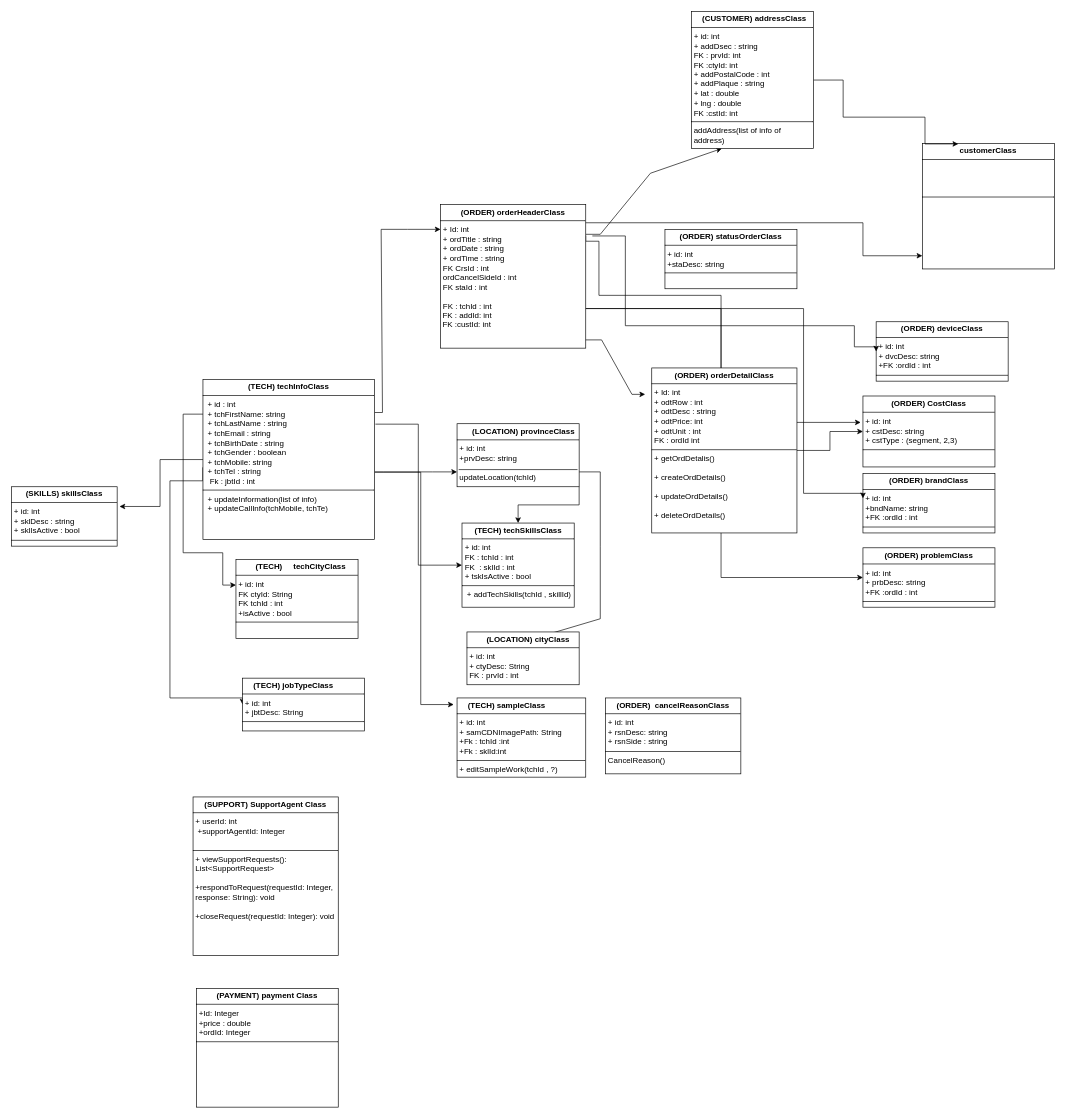
The draw.io diagram tech.drawio in reyhanehSP/pwaTech, before the edit. Source tidied: cells renumbered, new cells numbered last; positions are measured from the earlier drawing's top-left corner, leaving out a move shared by most shapes. Both pictures are drawn from the tidied source at 66%, with x=0, y=0 at pixel (11, 11).
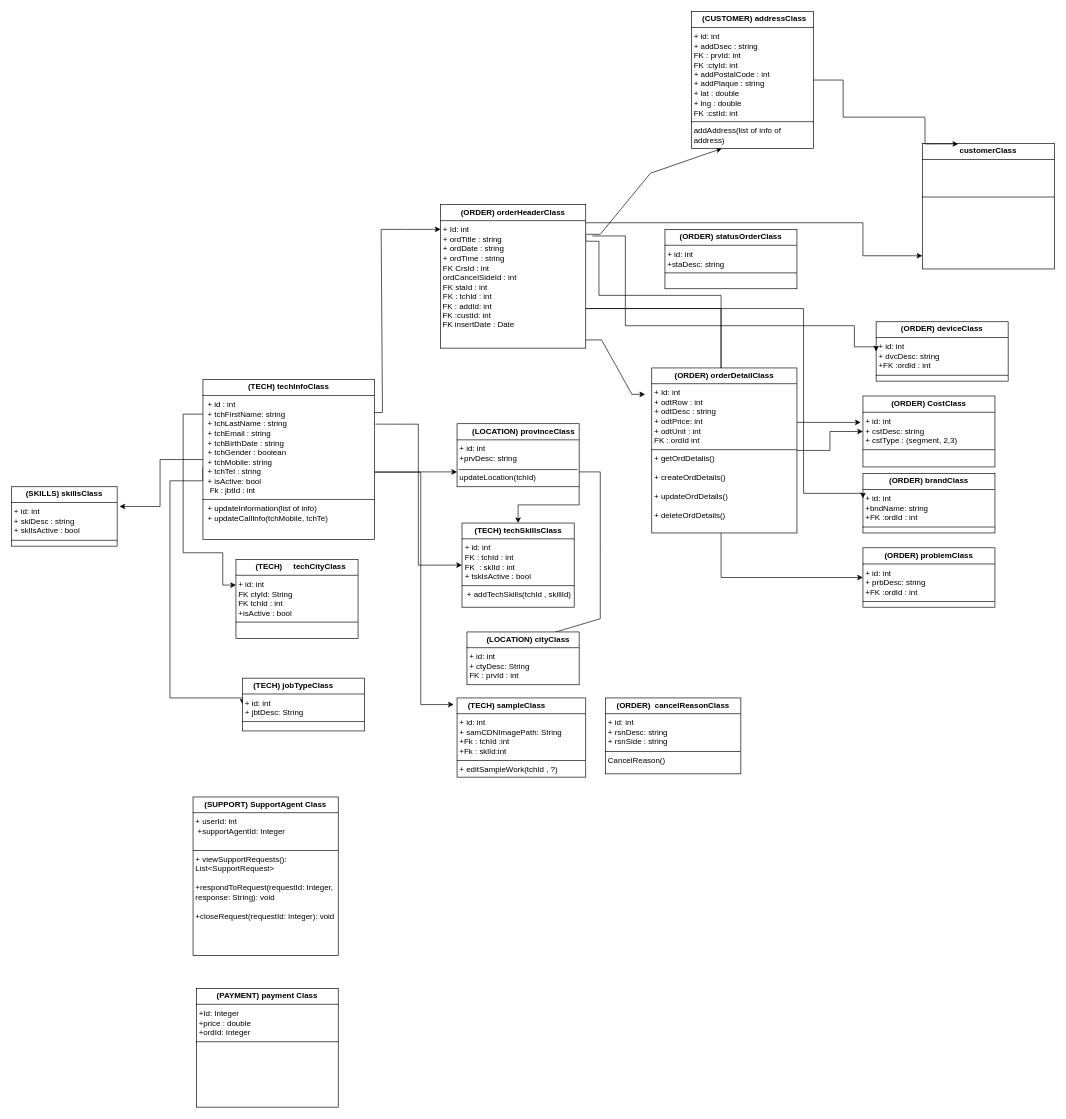
After the change.

Diff of the diagram source:
```diff
@@
-    <mxCell id="7" value="&lt;p style=&quot;margin:0px;margin-top:4px;text-align:center;&quot;&gt;&lt;b&gt;(TECH) techInfoClass&lt;/b&gt;&lt;/p&gt;&lt;hr size=&quot;1&quot; style=&quot;border-style:solid;&quot;&gt;&lt;p style=&quot;margin:0px;margin-left:4px;&quot;&gt;&amp;nbsp;+ id : int&lt;br&gt;&amp;nbsp;+ tchFirstName: string&lt;/p&gt;&lt;p style=&quot;margin:0px;margin-left:4px;&quot;&gt;&amp;nbsp;+&amp;nbsp;&lt;span style=&quot;background-color: initial;&quot;&gt;tchL&lt;/span&gt;&lt;span style=&quot;background-color: initial;&quot;&gt;astName : string&lt;/span&gt;&lt;/p&gt;&lt;p style=&quot;margin:0px;margin-left:4px;&quot;&gt;&amp;nbsp;+&amp;nbsp;&lt;span style=&quot;background-color: initial;&quot;&gt;tchE&lt;/span&gt;&lt;span style=&quot;background-color: initial;&quot;&gt;mail : string&lt;/span&gt;&lt;/p&gt;&lt;p style=&quot;margin:0px;margin-left:4px;&quot;&gt;&amp;nbsp;+ tchBirthDate : string&lt;/p&gt;&lt;p style=&quot;margin:0px;margin-left:4px;&quot;&gt;&amp;nbsp;+ tchGender : boolean&lt;/p&gt;&lt;p style=&quot;margin:0px;margin-left:4px;&quot;&gt;&lt;span style=&quot;background-color: initial;&quot;&gt;&amp;nbsp;+ tchMobile: string&lt;/span&gt;&lt;/p&gt;&lt;p style=&quot;margin:0px;margin-left:4px;&quot;&gt;&amp;nbsp;+ tchTel : string&lt;/p&gt;&lt;p style=&quot;margin:0px;margin-left:4px;&quot;&gt;&amp;nbsp; Fk : jbtId : int&lt;/p&gt;&lt;hr size=&quot;1&quot; style=&quot;border-style:solid;&quot;&gt;&lt;p style=&quot;margin:0px;margin-left:4px;&quot;&gt;&amp;nbsp;+ updateInformation(list of info)&lt;/p&gt;&lt;p style=&quot;margin:0px;margin-left:4px;&quot;&gt;&amp;nbsp;+ updateCallInfo(tchMobile, tchTe)&lt;br&gt;&amp;nbsp;&lt;br&gt;&amp;nbsp;&lt;br&gt;&amp;nbsp;&lt;br&gt;&lt;/p&gt;" style="verticalAlign=top;align=left;overflow=fill;html=1;whiteSpace=wrap;" parent="1" vertex="1">
+    <mxCell id="7" value="&lt;p style=&quot;margin:0px;margin-top:4px;text-align:center;&quot;&gt;&lt;b&gt;(TECH) techInfoClass&lt;/b&gt;&lt;/p&gt;&lt;hr size=&quot;1&quot; style=&quot;border-style:solid;&quot;&gt;&lt;p style=&quot;margin:0px;margin-left:4px;&quot;&gt;&amp;nbsp;+ id : int&lt;br&gt;&amp;nbsp;+ tchFirstName: string&lt;/p&gt;&lt;p style=&quot;margin:0px;margin-left:4px;&quot;&gt;&amp;nbsp;+&amp;nbsp;&lt;span style=&quot;background-color: initial;&quot;&gt;tchL&lt;/span&gt;&lt;span style=&quot;background-color: initial;&quot;&gt;astName : string&lt;/span&gt;&lt;/p&gt;&lt;p style=&quot;margin:0px;margin-left:4px;&quot;&gt;&amp;nbsp;+&amp;nbsp;&lt;span style=&quot;background-color: initial;&quot;&gt;tchE&lt;/span&gt;&lt;span style=&quot;background-color: initial;&quot;&gt;mail : string&lt;/span&gt;&lt;/p&gt;&lt;p style=&quot;margin:0px;margin-left:4px;&quot;&gt;&amp;nbsp;+ tchBirthDate : string&lt;/p&gt;&lt;p style=&quot;margin:0px;margin-left:4px;&quot;&gt;&amp;nbsp;+ tchGender : boolean&lt;/p&gt;&lt;p style=&quot;margin:0px;margin-left:4px;&quot;&gt;&lt;span style=&quot;background-color: initial;&quot;&gt;&amp;nbsp;+ tchMobile: string&lt;/span&gt;&lt;/p&gt;&lt;p style=&quot;margin:0px;margin-left:4px;&quot;&gt;&amp;nbsp;+ tchTel : string&lt;/p&gt;&lt;p style=&quot;margin:0px;margin-left:4px;&quot;&gt;&amp;nbsp;+ isActive: bool&lt;/p&gt;&lt;p style=&quot;margin:0px;margin-left:4px;&quot;&gt;&amp;nbsp; Fk : jbtId : int&lt;/p&gt;&lt;hr size=&quot;1&quot; style=&quot;border-style:solid;&quot;&gt;&lt;p style=&quot;margin:0px;margin-left:4px;&quot;&gt;&amp;nbsp;+ updateInformation(list of info)&lt;/p&gt;&lt;p style=&quot;margin:0px;margin-left:4px;&quot;&gt;&amp;nbsp;+ updateCallInfo(tchMobile, tchTe)&lt;br&gt;&amp;nbsp;&lt;br&gt;&amp;nbsp;&lt;br&gt;&amp;nbsp;&lt;br&gt;&lt;/p&gt;" style="verticalAlign=top;align=left;overflow=fill;html=1;whiteSpace=wrap;" parent="1" vertex="1">
       <mxGeometry x="290" y="557.5" width="260" height="242.5" as="geometry" />
     </mxCell>
@@
-    <mxCell id="12" value="&lt;p style=&quot;margin:0px;margin-top:4px;text-align:center;&quot;&gt;&lt;b&gt;(ORDER)&amp;nbsp;&lt;/b&gt;&lt;b style=&quot;background-color: initial;&quot;&gt;orderHeaderClass&lt;/b&gt;&lt;/p&gt;&lt;hr size=&quot;1&quot; style=&quot;border-style:solid;&quot;&gt;&lt;p style=&quot;margin:0px;margin-left:4px;&quot;&gt;+ Id: int&lt;/p&gt;&lt;p style=&quot;margin:0px;margin-left:4px;&quot;&gt;+ ordTitle : string&lt;/p&gt;&lt;p style=&quot;margin:0px;margin-left:4px;&quot;&gt;+ ordDate : string&lt;br&gt;+ ordTime : string&lt;br&gt;&lt;/p&gt;&lt;p style=&quot;margin:0px;margin-left:4px;&quot;&gt;FK CrsId : int&lt;/p&gt;&lt;p style=&quot;margin:0px;margin-left:4px;&quot;&gt;ordCancelSideId : int&lt;/p&gt;&lt;p style=&quot;margin:0px;margin-left:4px;&quot;&gt;FK staId : int&lt;/p&gt;&lt;p style=&quot;margin:0px;margin-left:4px;&quot;&gt;&lt;br&gt;&lt;/p&gt;&lt;p style=&quot;margin:0px;margin-left:4px;&quot;&gt;&lt;span style=&quot;background-color: initial;&quot;&gt;FK : tchId : int&lt;/span&gt;&lt;/p&gt;&amp;nbsp;FK : addId: int&lt;div&gt;&amp;nbsp;FK :custId: int&lt;br&gt;&lt;br&gt;&lt;p style=&quot;margin:0px;margin-left:4px;&quot;&gt;&lt;br&gt;&lt;br&gt;&lt;/p&gt;&lt;p style=&quot;margin:0px;margin-left:4px;&quot;&gt;&lt;br&gt;&lt;/p&gt;&lt;p style=&quot;margin:0px;margin-left:4px;&quot;&gt;&lt;br&gt;&lt;/p&gt;&lt;p style=&quot;margin:0px;margin-left:4px;&quot;&gt;&amp;nbsp;&lt;/p&gt;&lt;p style=&quot;margin:0px;margin-left:4px;&quot;&gt;&lt;br&gt;&lt;br&gt;&lt;/p&gt;&lt;/div&gt;" style="verticalAlign=top;align=left;overflow=fill;html=1;whiteSpace=wrap;" parent="1" vertex="1">
+    <mxCell id="12" value="&lt;p style=&quot;margin:0px;margin-top:4px;text-align:center;&quot;&gt;&lt;b&gt;(ORDER)&amp;nbsp;&lt;/b&gt;&lt;b style=&quot;background-color: initial;&quot;&gt;orderHeaderClass&lt;/b&gt;&lt;/p&gt;&lt;hr size=&quot;1&quot; style=&quot;border-style:solid;&quot;&gt;&lt;p style=&quot;margin:0px;margin-left:4px;&quot;&gt;+ Id: int&lt;/p&gt;&lt;p style=&quot;margin:0px;margin-left:4px;&quot;&gt;+ ordTitle : string&lt;/p&gt;&lt;p style=&quot;margin:0px;margin-left:4px;&quot;&gt;+ ordDate : string&lt;br&gt;+ ordTime : string&lt;br&gt;&lt;/p&gt;&lt;p style=&quot;margin:0px;margin-left:4px;&quot;&gt;FK CrsId : int&lt;/p&gt;&lt;p style=&quot;margin:0px;margin-left:4px;&quot;&gt;ordCancelSideId : int&lt;/p&gt;&lt;p style=&quot;margin:0px;margin-left:4px;&quot;&gt;FK staId : int&lt;/p&gt;&lt;p style=&quot;margin:0px;margin-left:4px;&quot;&gt;&lt;span style=&quot;background-color: initial;&quot;&gt;FK : tchId : int&lt;/span&gt;&lt;/p&gt;&amp;nbsp;FK : addId: int&lt;div&gt;&amp;nbsp;FK :custId: int&lt;/div&gt;&lt;div&gt;&amp;nbsp;FK insertDate : Date&lt;br&gt;&lt;br&gt;&lt;p style=&quot;margin:0px;margin-left:4px;&quot;&gt;&lt;br&gt;&lt;br&gt;&lt;/p&gt;&lt;p style=&quot;margin:0px;margin-left:4px;&quot;&gt;&lt;br&gt;&lt;/p&gt;&lt;p style=&quot;margin:0px;margin-left:4px;&quot;&gt;&lt;br&gt;&lt;/p&gt;&lt;p style=&quot;margin:0px;margin-left:4px;&quot;&gt;&amp;nbsp;&lt;/p&gt;&lt;p style=&quot;margin:0px;margin-left:4px;&quot;&gt;&lt;br&gt;&lt;br&gt;&lt;/p&gt;&lt;/div&gt;" style="verticalAlign=top;align=left;overflow=fill;html=1;whiteSpace=wrap;" parent="1" vertex="1">
       <mxGeometry x="650" y="292.5" width="220" height="217.5" as="geometry" />
     </mxCell>
```
